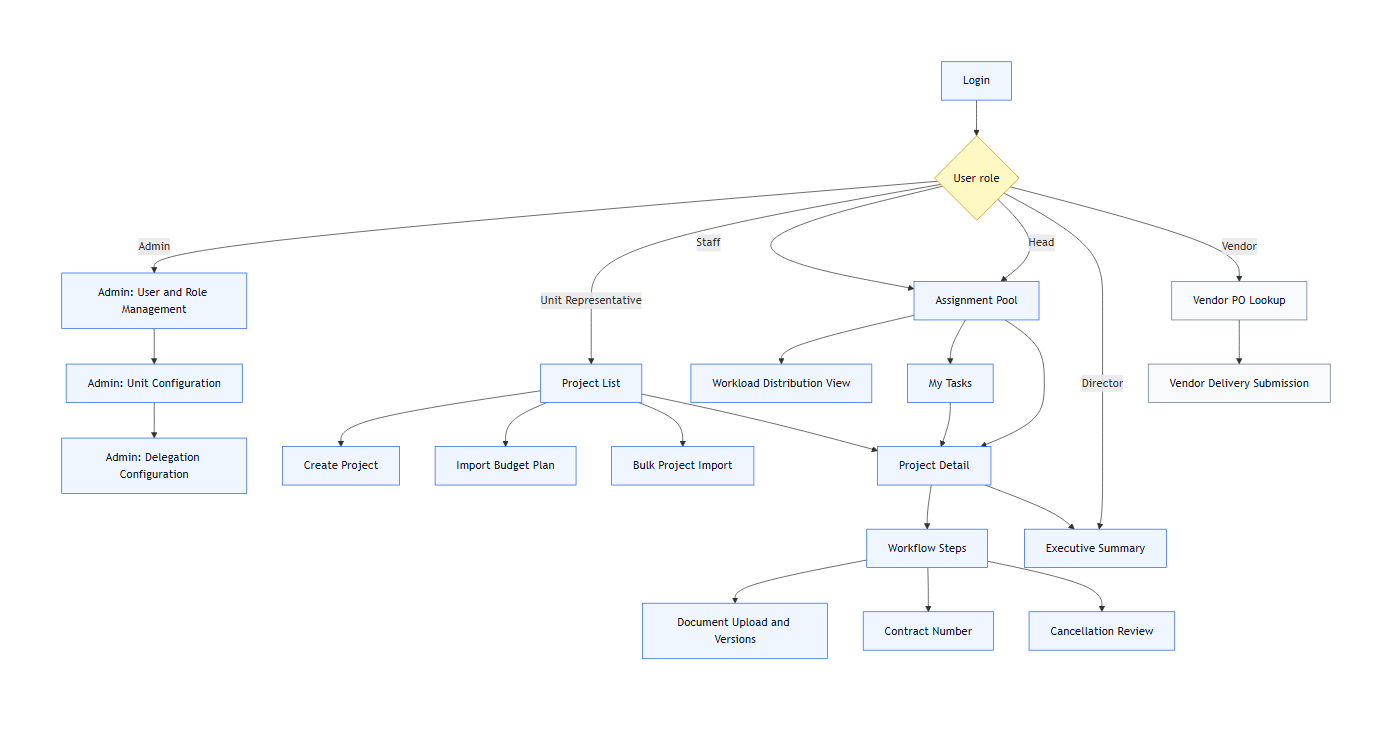
capmoo-capstone/report keeps this Mermaid diagram as report-diagrams/14-ui-flow.png. Above is the earlier version. Its source is kept beside it as report-diagrams/14-ui-flow.mmd.
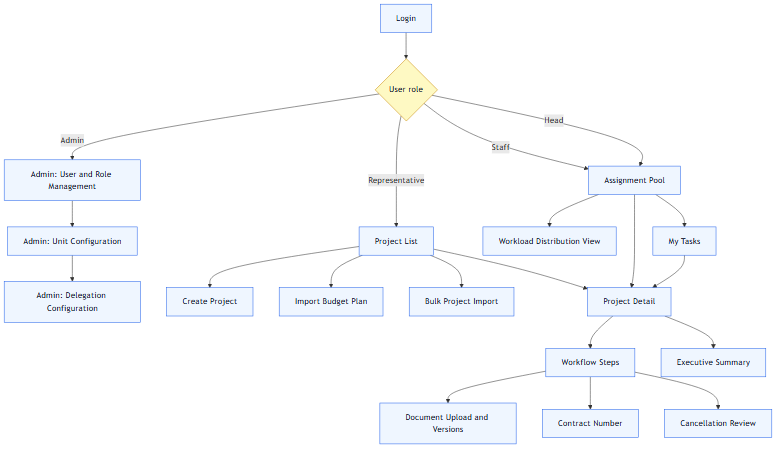
Later version of the same file.

What changed in the source:
```diff
@@ -24,16 +24,11 @@
     ContractNumber["Contract Number"]:::screen
     Cancellation["Cancellation Review"]:::screen
 
-    VendorEntry["Vendor PO Lookup"]:::external
-    VendorSubmit["Vendor Delivery Submission"]:::external
-
     Login --> Role
     Role -- "Admin" --> AdminUsers --> AdminUnits --> AdminDelegation
-    Role -- "Unit Representative" --> ProjectList
+    Role -- "Representative" --> ProjectList
     Role -- "Staff" --> AssignmentPool
     Role -- "Head" --> AssignmentPool
-    Role -- "Director" --> ExecutiveSummary
-    Role -- "Vendor" --> VendorEntry
 
     ProjectList --> CreateProject
     ProjectList --> ImportPlan
@@ -49,4 +44,3 @@
     WorkflowSteps --> ContractNumber
     WorkflowSteps --> Cancellation
     ProjectDetail --> ExecutiveSummary
-    VendorEntry --> VendorSubmit
```
